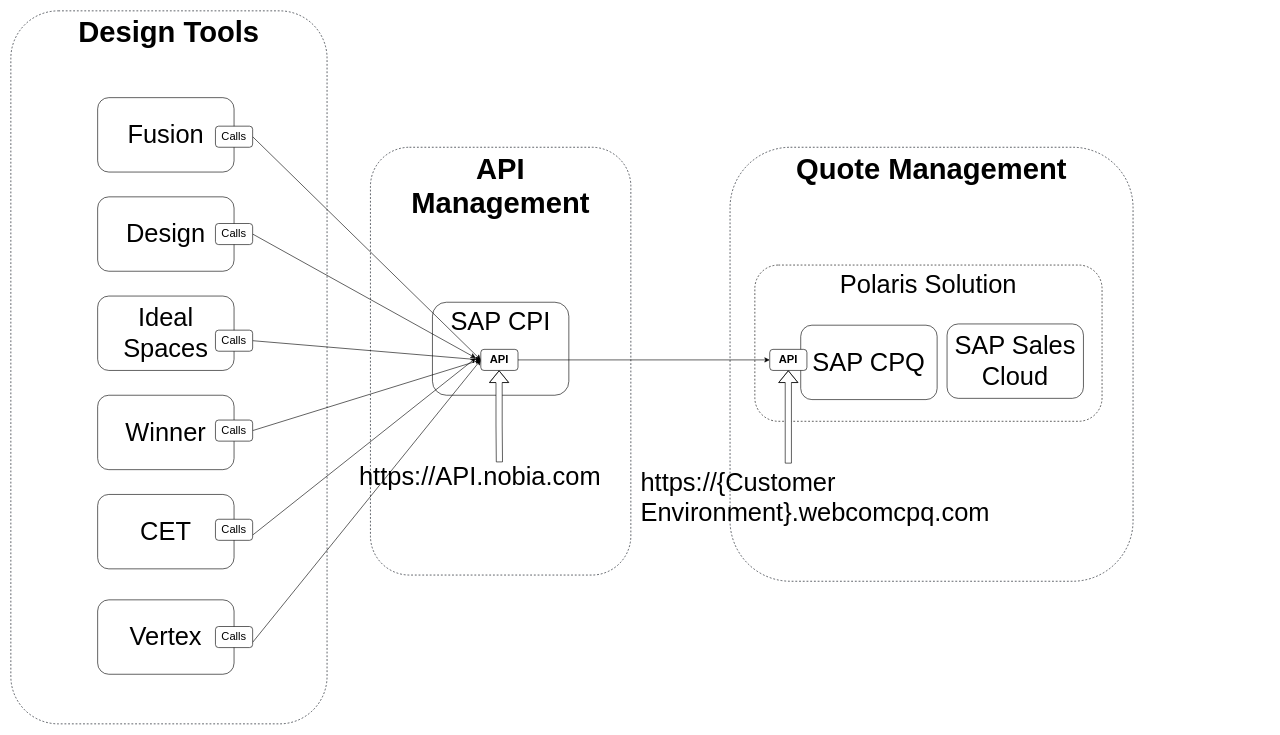
Above: page "Option 2- Nobia API" (9 of 11) of Drawing_Tool_Integration.drawio in mrf742002/Diagrams (draw.io), before the change. Source tidied: cells renumbered, new cells numbered last; positions are measured from the earlier drawing's top-left corner, leaving out a move shared by most shapes. Both pictures are drawn from the tidied source at 62%, with x=0, y=0 at pixel (11, 11).
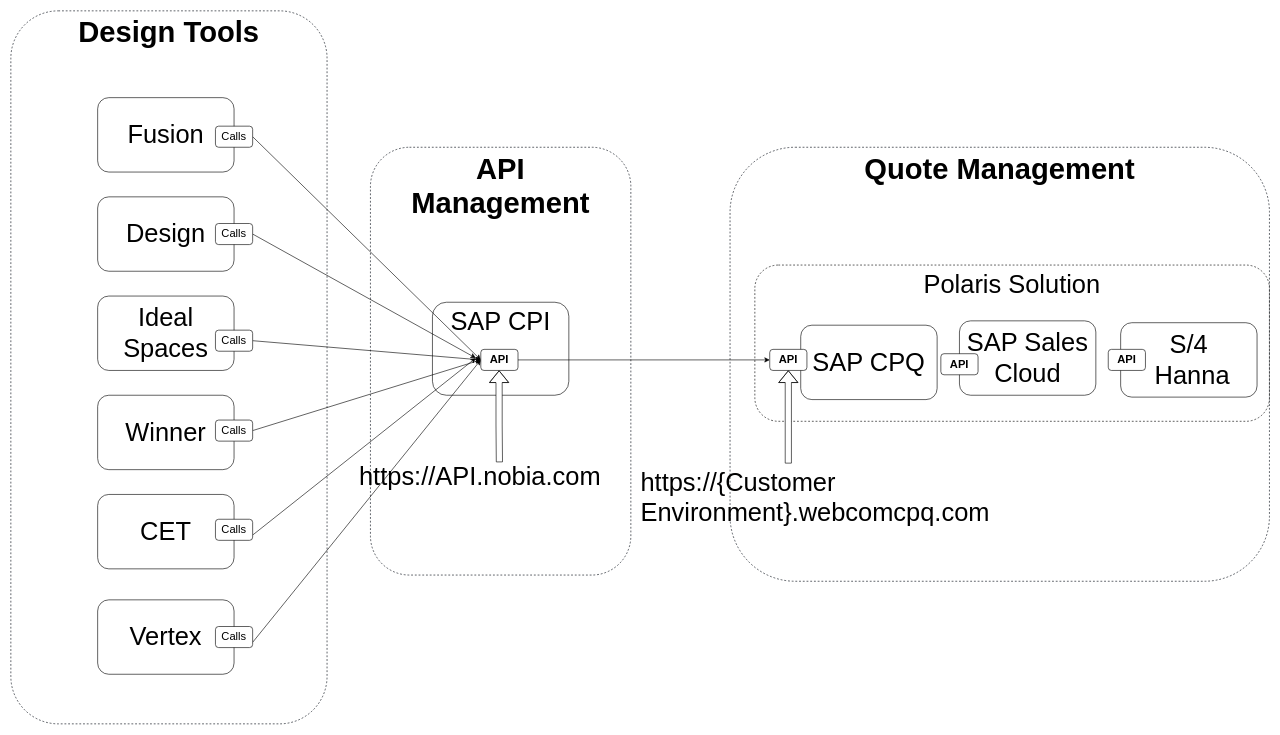
Above is the later version.

The edit, as a diff of the source:
```diff
@@
     <mxCell id="4" value="&lt;b style=&quot;font-size: 47px;&quot;&gt;Quote Management&lt;/b&gt;" style="rounded=1;whiteSpace=wrap;html=1;verticalAlign=top;strokeWidth=1;strokeColor=#020912;dashed=1;fontSize=47;" parent="1" vertex="1">
-      <mxGeometry x="1160" y="220" width="650" height="700" as="geometry" />
+      <mxGeometry x="1160" y="220" width="870" height="700" as="geometry" />
     </mxCell>
     <mxCell id="5" value="Polaris Solution" style="rounded=1;whiteSpace=wrap;html=1;fontSize=41;dashed=1;fillColor=none;verticalAlign=top;" parent="1" vertex="1">
-      <mxGeometry x="1200" y="410" width="560" height="252" as="geometry" />
+      <mxGeometry x="1200" y="410" width="830" height="252" as="geometry" />
     </mxCell>
@@
     <mxCell id="14" value="SAP Sales Cloud" style="rounded=1;whiteSpace=wrap;html=1;fontSize=41;" parent="1" vertex="1">
-      <mxGeometry x="1510" y="505" width="220" height="120" as="geometry" />
+      <mxGeometry x="1530" y="500" width="220" height="120" as="geometry" />
     </mxCell>
@@
+    <mxCell id="34" value="S/4&lt;br&gt;&amp;nbsp;Hanna" style="rounded=1;whiteSpace=wrap;html=1;fontSize=41;" parent="1" vertex="1">
+      <mxGeometry x="1790" y="503" width="220" height="120" as="geometry" />
+    </mxCell>
+    <mxCell id="35" value="API" style="rounded=1;whiteSpace=wrap;html=1;fontSize=18;fontStyle=1;" parent="1" vertex="1">
+      <mxGeometry x="1770" y="546" width="60" height="34" as="geometry" />
+    </mxCell>
+    <mxCell id="36" value="API" style="rounded=1;whiteSpace=wrap;html=1;fontSize=18;fontStyle=1;" parent="1" vertex="1">
+      <mxGeometry x="1500" y="553" width="60" height="34" as="geometry" />
+    </mxCell>
```
